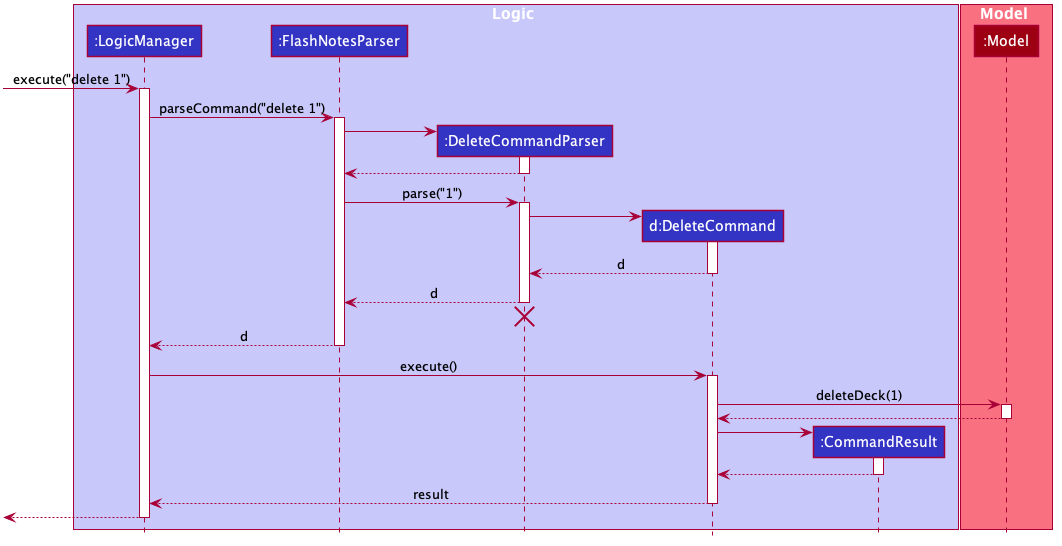
rachel170/tp keeps this PlantUML diagram as docs/images/DeleteSequenceDiagram.png. Above is the earlier version. The source it was exported from:
```plantuml
@startuml








skinparam BackgroundColor #FFFFFFF

skinparam Shadowing false

skinparam Class {
    FontColor #FFFFFF
    BorderThickness 1
    BorderColor #FFFFFF
    StereotypeFontColor #FFFFFF
    FontName Arial
}

skinparam Actor {
    BorderColor #000000
    Color #000000
    FontName Arial
}

skinparam Sequence {
    MessageAlign center
    BoxFontSize 15
    BoxPadding 0
    BoxFontColor #FFFFFF
    FontName Arial
}

skinparam Participant {
    FontColor #FFFFFFF
    Padding 20
}

skinparam MinClassWidth 50
skinparam ParticipantPadding 10
skinparam Shadowing false
skinparam DefaultTextAlignment center
skinparam packageStyle Rectangle

hide footbox
hide members
hide circle

box Logic #C8C8FA
participant ":LogicManager" as LogicManager #3333C4
participant ":FlashNotesParser" as FlashNotesParser #3333C4
participant ":DeleteCommandParser" as DeleteCommandParser #3333C4
participant "d:DeleteCommand" as DeleteCommand #3333C4
participant ":CommandResult" as CommandResult #3333C4
end box

box Model #F97181
participant ":Model" as Model #9D0012
end box

[-> LogicManager : execute("delete 1")
activate LogicManager

LogicManager -> FlashNotesParser : parseCommand("delete 1")
activate FlashNotesParser

create DeleteCommandParser
FlashNotesParser -> DeleteCommandParser
activate DeleteCommandParser

DeleteCommandParser --> FlashNotesParser
deactivate DeleteCommandParser

FlashNotesParser -> DeleteCommandParser : parse("1")
activate DeleteCommandParser

create DeleteCommand
DeleteCommandParser -> DeleteCommand
activate DeleteCommand

DeleteCommand --> DeleteCommandParser : d
deactivate DeleteCommand

DeleteCommandParser --> FlashNotesParser : d
deactivate DeleteCommandParser
DeleteCommandParser -[hidden]-> FlashNotesParser
destroy DeleteCommandParser

FlashNotesParser --> LogicManager : d
deactivate FlashNotesParser

LogicManager -> DeleteCommand : execute()
activate DeleteCommand

DeleteCommand -> Model : deleteDeck(1)
activate Model

Model --> DeleteCommand
deactivate Model

create CommandResult
DeleteCommand -> CommandResult
activate CommandResult

CommandResult --> DeleteCommand
deactivate CommandResult

DeleteCommand --> LogicManager : result
deactivate DeleteCommand

[<--LogicManager
deactivate LogicManager
@enduml
```
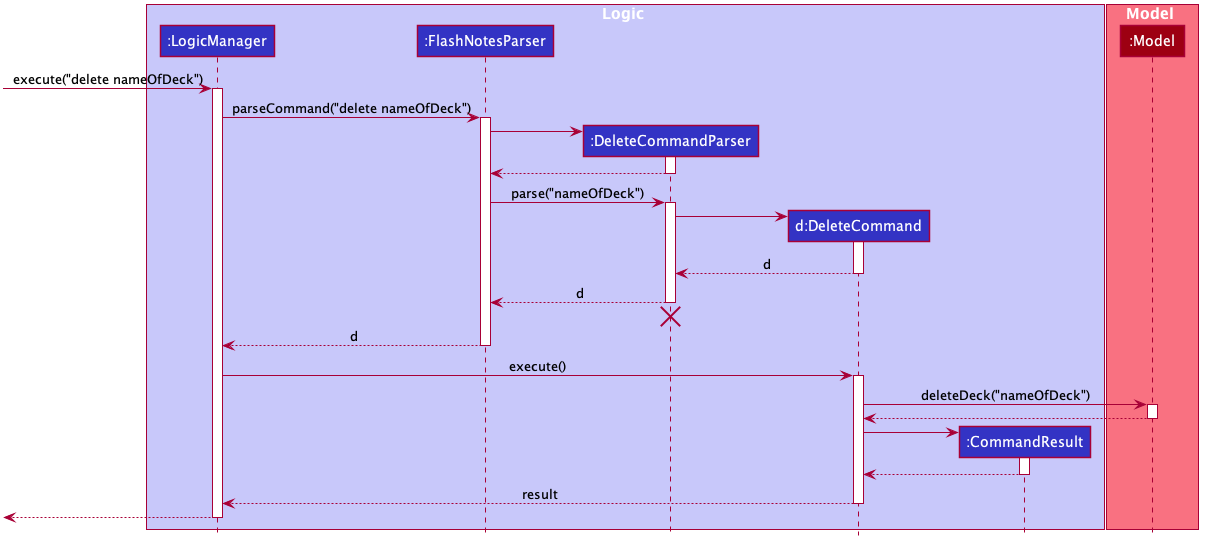
The same diagram one commit later.

Diff of the diagram source:
```diff
@@ -60,10 +60,10 @@
 participant ":Model" as Model #9D0012
 end box
 
-[-> LogicManager : execute("delete 1")
+[-> LogicManager : execute("delete nameOfDeck")
 activate LogicManager
 
-LogicManager -> FlashNotesParser : parseCommand("delete 1")
+LogicManager -> FlashNotesParser : parseCommand("delete nameOfDeck")
 activate FlashNotesParser
 
 create DeleteCommandParser
@@ -73,7 +73,7 @@
 DeleteCommandParser --> FlashNotesParser
 deactivate DeleteCommandParser
 
-FlashNotesParser -> DeleteCommandParser : parse("1")
+FlashNotesParser -> DeleteCommandParser : parse("nameOfDeck")
 activate DeleteCommandParser
 
 create DeleteCommand
@@ -94,7 +94,7 @@
 LogicManager -> DeleteCommand : execute()
 activate DeleteCommand
 
-DeleteCommand -> Model : deleteDeck(1)
+DeleteCommand -> Model : deleteDeck("nameOfDeck")
 activate Model
 
 Model --> DeleteCommand
```
